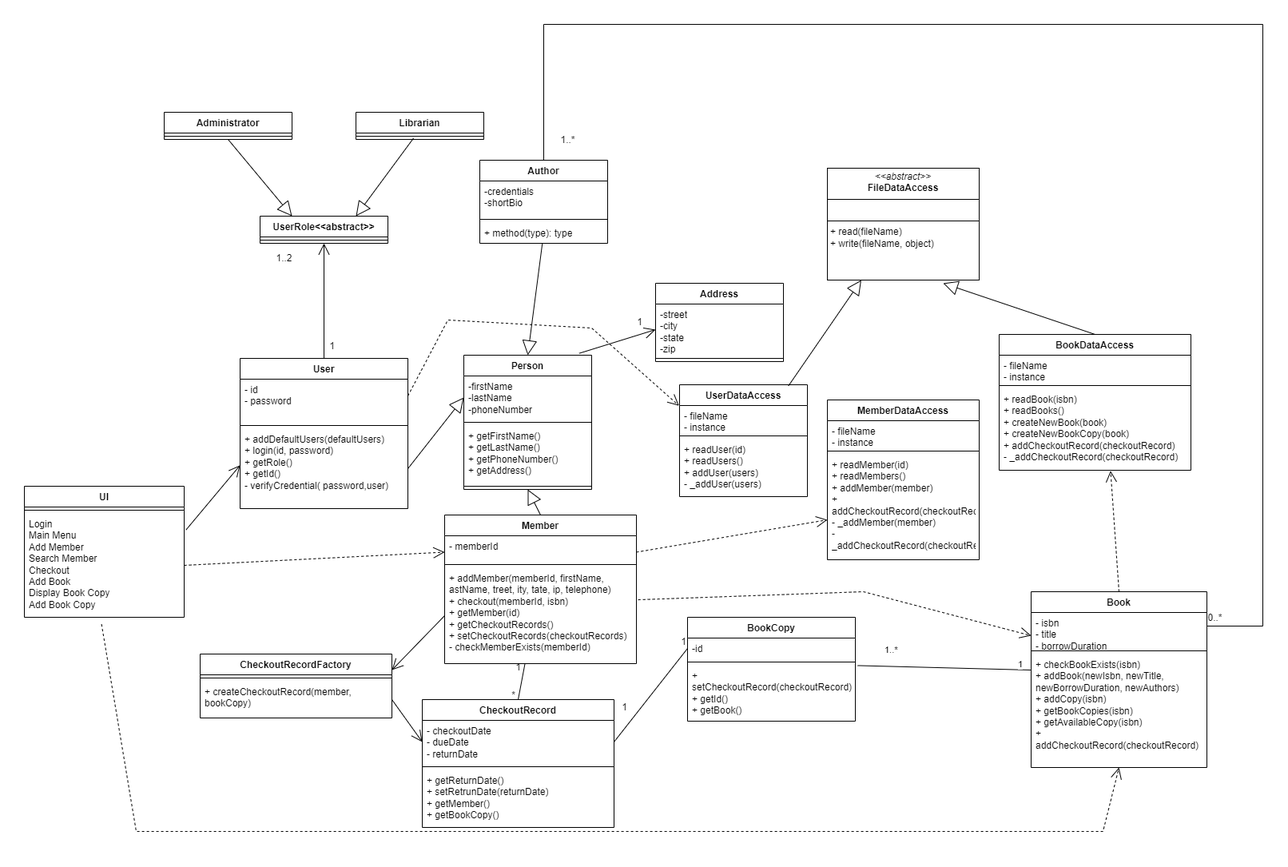
Above: src/Diagram/Class.png in Bishnupkl/mppProject (draw.io), before the change. Source tidied: cells renumbered, new cells last; positions are measured from the earlier drawing's top-left corner, leaving out a move shared by most shapes.
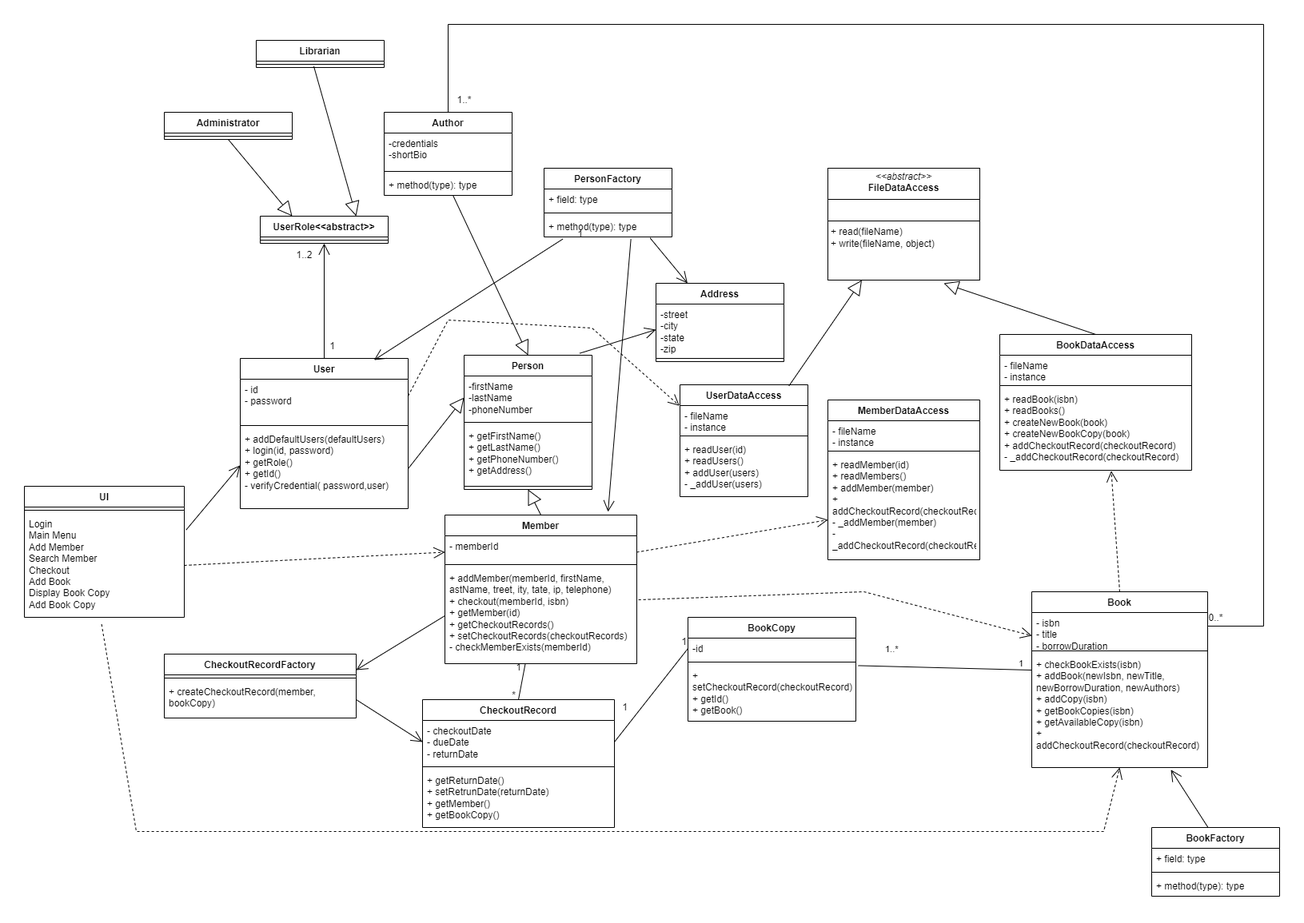
The same file after the commit.

Commit message:
Update class diagram

The edit, as a diff of the source:
```diff
@@ -53,7 +53,7 @@
       <mxGeometry relative="1" as="geometry" />
     </mxCell>
     <mxCell id="18" value="1..2" style="text;html=1;align=center;verticalAlign=middle;strokeColor=none;fillColor=none;" parent="1" vertex="1">
-      <mxGeometry x="305" y="278" width="40" height="30" as="geometry" />
+      <mxGeometry x="330" y="274" width="40" height="30" as="geometry" />
     </mxCell>
     <mxCell id="19" value="Administrator" style="swimlane;fontStyle=1;align=center;verticalAlign=top;horizontal=1;startSize=26;whiteSpace=wrap;html=1;" parent="1" vertex="1">
       <mxGeometry x="175" y="110" width="160" height="34" as="geometry" />
@@ -62,7 +62,7 @@
       <mxGeometry y="26" width="160" height="8" as="geometry" />
     </mxCell>
     <mxCell id="21" value="Librarian" style="swimlane;fontStyle=1;align=center;verticalAlign=top;horizontal=1;startSize=26;whiteSpace=wrap;html=1;" parent="1" vertex="1">
-      <mxGeometry x="415" y="110" width="160" height="34" as="geometry" />
+      <mxGeometry x="290" y="20" width="160" height="34" as="geometry" />
     </mxCell>
     <mxCell id="22" style="line;strokeWidth=1;fillColor=none;align=left;verticalAlign=middle;spacingTop=-1;spacingLeft=3;spacingRight=3;labelPosition=right;points=[];portConstraint=eastwest;strokeColor=inherit;" parent="21" vertex="1">
       <mxGeometry y="26" width="160" height="8" as="geometry" />
@@ -97,7 +97,7 @@
       <mxGeometry relative="1" as="geometry" />
     </mxCell>
     <mxCell id="31" value="1" style="text;html=1;align=center;verticalAlign=middle;strokeColor=none;fillColor=none;" parent="1" vertex="1">
-      <mxGeometry x="755" y="358" width="30" height="30" as="geometry" />
+      <mxGeometry x="680" y="248" width="30" height="30" as="geometry" />
     </mxCell>
     <mxCell id="32" value="CheckoutRecord" style="swimlane;fontStyle=1;align=center;verticalAlign=top;horizontal=1;startSize=26;whiteSpace=wrap;html=1;" parent="1" vertex="1">
       <mxGeometry x="498" y="845" width="240" height="160" as="geometry" />
@@ -167,7 +167,7 @@
       <mxGeometry x="-0.36" y="2" relative="1" as="geometry" />
     </mxCell>
     <mxCell id="52" value="Author" style="swimlane;fontStyle=1;align=center;verticalAlign=top;horizontal=1;startSize=26;whiteSpace=wrap;html=1;" parent="1" vertex="1">
-      <mxGeometry x="570" y="170" width="160" height="104" as="geometry" />
+      <mxGeometry x="450" y="110" width="160" height="104" as="geometry" />
     </mxCell>
     <mxCell id="53" value="-credentials&lt;div&gt;-shortBio&lt;/div&gt;" style="text;strokeColor=none;fillColor=none;align=left;verticalAlign=top;spacingLeft=4;spacingRight=4;overflow=hidden;whiteSpace=wrap;html=1;" parent="52" vertex="1">
       <mxGeometry y="26" width="160" height="44" as="geometry" />
@@ -209,14 +209,14 @@
     <mxCell id="64" style="edgeStyle=orthogonalEdgeStyle;rounded=0;jettySize=auto;html=1;exitX=0.5;exitY=0;exitDx=0;exitDy=0;strokeColor=default;endArrow=none;endFill=0;" parent="1" edge="1" source="52" target="57">
       <mxGeometry relative="1" as="geometry">
         <Array as="points">
-          <mxPoint x="650" />
+          <mxPoint x="530" />
           <mxPoint x="1550" />
           <mxPoint x="1550" y="753" />
         </Array>
       </mxGeometry>
     </mxCell>
     <mxCell id="65" value="1..*" style="text;html=1;align=center;verticalAlign=middle;strokeColor=none;fillColor=none;" parent="1" vertex="1">
-      <mxGeometry x="660" y="130" width="40" height="30" as="geometry" />
+      <mxGeometry x="530" y="80" width="40" height="30" as="geometry" />
     </mxCell>
     <mxCell id="66" value="0..*" style="text;html=1;align=center;verticalAlign=middle;strokeColor=none;fillColor=none;" parent="1" vertex="1">
       <mxGeometry x="1470" y="728" width="40" height="30" as="geometry" />
@@ -268,7 +268,7 @@
       <mxGeometry relative="1" as="geometry" />
     </mxCell>
     <mxCell id="81" value="CheckoutRecordFactory" style="swimlane;fontStyle=1;align=center;verticalAlign=top;horizontal=1;startSize=26;whiteSpace=wrap;html=1;" parent="1" vertex="1">
-      <mxGeometry x="220" y="788" width="240" height="80" as="geometry" />
+      <mxGeometry x="175" y="788" width="240" height="80" as="geometry" />
     </mxCell>
     <mxCell id="82" style="line;strokeWidth=1;fillColor=none;align=left;verticalAlign=middle;spacingTop=-1;spacingLeft=3;spacingRight=3;labelPosition=right;strokeColor=inherit;" parent="81" vertex="1">
       <mxGeometry y="26" width="240" height="8" as="geometry" />
@@ -300,5 +300,43 @@
     <mxCell id="91" value="1" style="text;html=1;align=center;verticalAlign=middle;strokeColor=none;fillColor=none;" parent="1" vertex="1">
       <mxGeometry x="603" y="790" width="30" height="30" as="geometry" />
     </mxCell>
+    <mxCell id="92" value="PersonFactory" style="swimlane;fontStyle=1;align=center;verticalAlign=top;horizontal=1;startSize=26;whiteSpace=wrap;html=1;" parent="1" vertex="1">
+      <mxGeometry x="650" y="180" width="160" height="86" as="geometry" />
+    </mxCell>
+    <mxCell id="93" value="+ field: type" style="text;strokeColor=none;fillColor=none;align=left;verticalAlign=top;spacingLeft=4;spacingRight=4;overflow=hidden;whiteSpace=wrap;html=1;" parent="92" vertex="1">
+      <mxGeometry y="26" width="160" height="26" as="geometry" />
+    </mxCell>
+    <mxCell id="94" style="line;strokeWidth=1;fillColor=none;align=left;verticalAlign=middle;spacingTop=-1;spacingLeft=3;spacingRight=3;labelPosition=right;strokeColor=inherit;" parent="92" vertex="1">
+      <mxGeometry y="52" width="160" height="8" as="geometry" />
+    </mxCell>
+    <mxCell id="95" value="+ method(type): type" style="text;strokeColor=none;fillColor=none;align=left;verticalAlign=top;spacingLeft=4;spacingRight=4;overflow=hidden;points=[[0,0.5],[1,0.5]];portConstraint=eastwest;whiteSpace=wrap;html=1;" parent="92" vertex="1">
+      <mxGeometry y="60" width="160" height="26" as="geometry" />
+    </mxCell>
+    <mxCell id="96" style="endArrow=open;endFill=1;endSize=12;html=1;rounded=0;exitX=0.829;exitY=1.051;exitDx=0;exitDy=0;exitPerimeter=0;" parent="1" edge="1" source="95" target="27">
+      <mxGeometry relative="1" as="geometry" />
+    </mxCell>
+    <mxCell id="97" style="endArrow=open;endFill=1;endSize=12;html=1;rounded=0;exitX=0.679;exitY=1.103;exitDx=0;exitDy=0;exitPerimeter=0;" parent="1" edge="1" source="95">
+      <mxGeometry relative="1" as="geometry">
+        <mxPoint x="730" y="610" as="targetPoint" />
+      </mxGeometry>
+    </mxCell>
+    <mxCell id="98" value="BookFactory" style="swimlane;fontStyle=1;align=center;verticalAlign=top;horizontal=1;startSize=26;whiteSpace=wrap;html=1;" parent="1" vertex="1">
+      <mxGeometry x="1410" y="1005" width="160" height="86" as="geometry" />
+    </mxCell>
+    <mxCell id="99" value="+ field: type" style="text;strokeColor=none;fillColor=none;align=left;verticalAlign=top;spacingLeft=4;spacingRight=4;overflow=hidden;whiteSpace=wrap;html=1;" parent="98" vertex="1">
+      <mxGeometry y="26" width="160" height="26" as="geometry" />
+    </mxCell>
+    <mxCell id="100" style="line;strokeWidth=1;fillColor=none;align=left;verticalAlign=middle;spacingTop=-1;spacingLeft=3;spacingRight=3;labelPosition=right;strokeColor=inherit;" parent="98" vertex="1">
+      <mxGeometry y="52" width="160" height="8" as="geometry" />
+    </mxCell>
+    <mxCell id="101" value="+ method(type): type" style="text;strokeColor=none;fillColor=none;align=left;verticalAlign=top;spacingLeft=4;spacingRight=4;overflow=hidden;whiteSpace=wrap;html=1;" parent="98" vertex="1">
+      <mxGeometry y="60" width="160" height="26" as="geometry" />
+    </mxCell>
+    <mxCell id="102" style="endArrow=open;endFill=1;endSize=12;html=1;rounded=0;entryX=0.791;entryY=1.019;entryDx=0;entryDy=0;entryPerimeter=0;exitX=0.442;exitY=0.004;exitDx=0;exitDy=0;exitPerimeter=0;" parent="1" edge="1" source="98" target="60">
+      <mxGeometry relative="1" as="geometry" />
+    </mxCell>
+    <mxCell id="103" style="endArrow=open;endFill=1;endSize=12;html=1;rounded=0;exitX=0.146;exitY=1.103;exitDx=0;exitDy=0;exitPerimeter=0;entryX=0.797;entryY=0.011;entryDx=0;entryDy=0;entryPerimeter=0;" parent="1" edge="1" source="95" target="71">
+      <mxGeometry relative="1" as="geometry" />
+    </mxCell>
   </root>
 </mxGraphModel>
```
